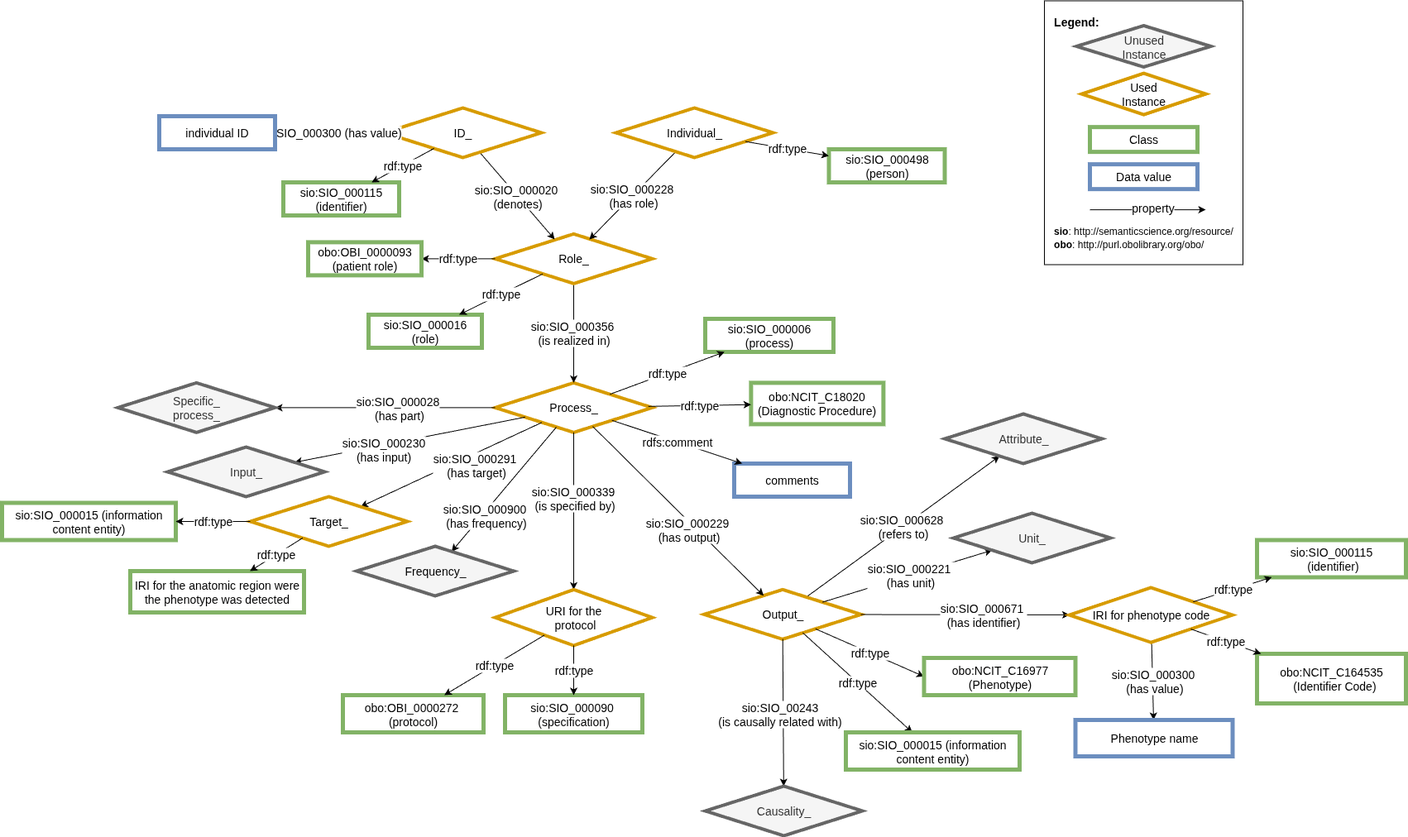
The draw.io diagram images/obo/CARE-SM-obo-Phenotype.drawio.png in CARE-SM/CARE-Semantic-Model, before a commit. Source tidied: cells renumbered, new cells last; positions are measured from the earlier drawing's top-left corner, leaving out a move shared by most shapes.
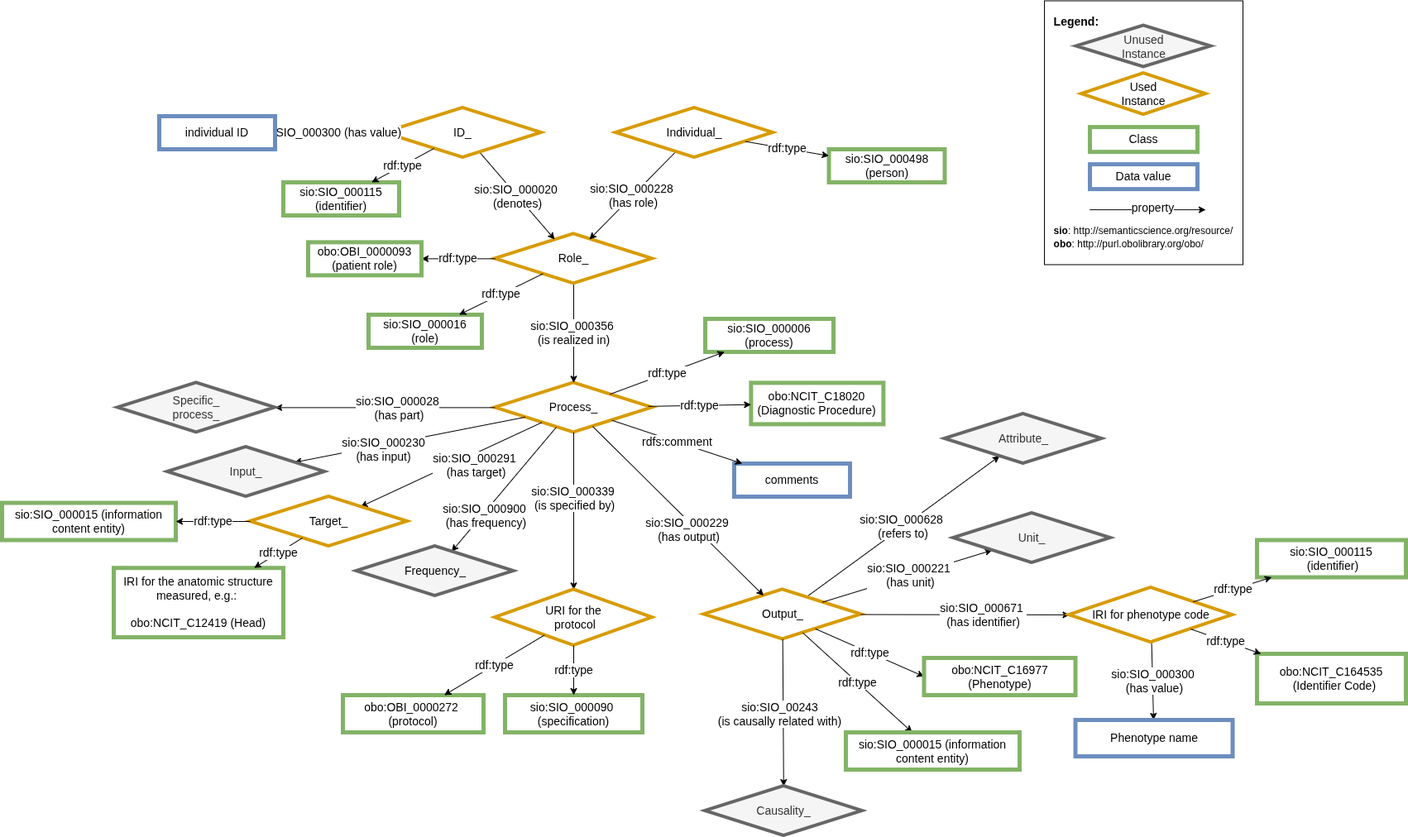
The same file after the commit.

The edit, as a diff of the source:
```diff
@@ -120,8 +120,8 @@
     <mxCell id="37" value="&lt;font style=&quot;font-size: 14px;&quot;&gt;sio:SIO_000015 (information content entity)&lt;/font&gt;" style="whiteSpace=wrap;html=1;fillColor=#FFFFFF;strokeColor=#82b366;strokeWidth=5;fontSize=14;" parent="1" vertex="1">
       <mxGeometry y="607.5" width="210" height="45" as="geometry" />
     </mxCell>
-    <mxCell id="38" value="IRI for the anatomic region were the phenotype was detected" style="whiteSpace=wrap;html=1;fillColor=#FFFFFF;strokeColor=#82b366;strokeWidth=5;fontSize=14;" parent="1" vertex="1">
-      <mxGeometry x="155" y="690" width="210" height="50" as="geometry" />
+    <mxCell id="38" value="IRI for the anatomic structure measured, e.g.:&amp;nbsp;&lt;div&gt;&lt;br&gt;&lt;/div&gt;&lt;div&gt;obo:NCIT_C12419&amp;nbsp;&lt;span style=&quot;background-color: transparent; color: light-dark(rgb(0, 0, 0), rgb(255, 255, 255));&quot;&gt;(Head)&lt;/span&gt;&lt;/div&gt;" style="whiteSpace=wrap;html=1;fillColor=#FFFFFF;strokeColor=#82b366;strokeWidth=5;fontSize=14;" parent="1" vertex="1">
+      <mxGeometry x="135" y="686.2" width="205" height="83.8" as="geometry" />
     </mxCell>
     <mxCell id="39" value="rdf:type" style="edgeStyle=none;rounded=0;jettySize=auto;html=1;fontSize=14;" parent="1" edge="1" source="36" target="38">
       <mxGeometry relative="1" as="geometry" />
```
